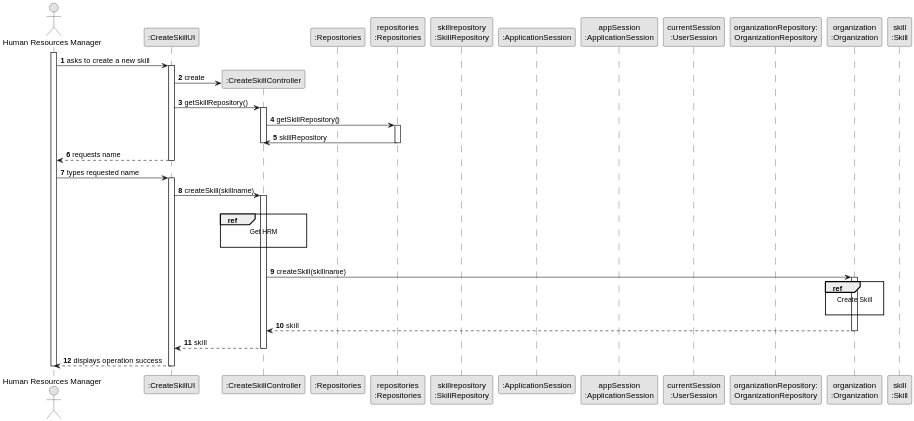
The PlantUML diagram docs/sprint3/us001/03.design/svg/us001-sequence-diagram-split.svg in tiagosoa/lei-24-s2-1dgh-g073, before a commit.
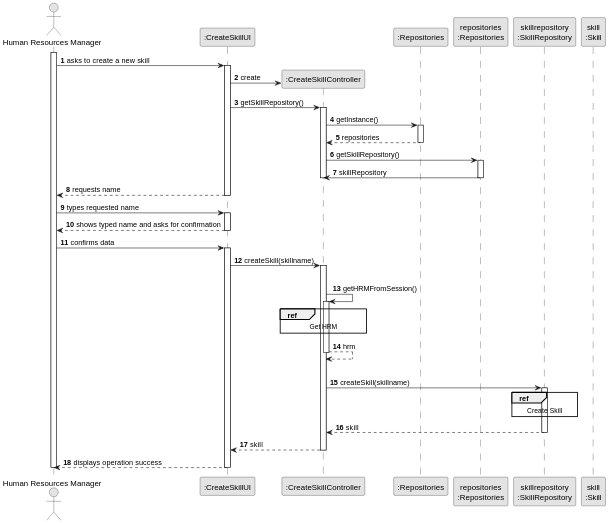
The same file after the commit.

What changed in the source:
```diff
@@ -11,11 +11,6 @@
 participant ":Repositories" as RepositorySingleton
 participant "repositories\n:Repositories" as PLAT
 participant "skillrepository\n:SkillRepository" as SR
-participant ":ApplicationSession" as _APP
-participant "appSession\n:ApplicationSession" as APP
-participant "currentSession\n:UserSession" as SESSAO
-participant "organizationRepository:\nOrganizationRepository" as OrganizationRepository
-participant "organization\n:Organization" as ORG
 participant "skill\n:Skill" as HABILIDADE
 
 activate ADM
@@ -26,8 +21,15 @@
 
             UI -> CTRL** : create
 
-         UI -> CTRL : getSkillRepository()
-         activate CTRL
+            UI -> CTRL : getSkillRepository()
+
+            activate CTRL
+
+            CTRL -> RepositorySingleton : getInstance()
+                            activate RepositorySingleton
+
+                                RepositorySingleton --> CTRL: repositories
+                            deactivate RepositorySingleton
 
                  CTRL -> PLAT : getSkillRepository()
                          activate PLAT
@@ -41,27 +43,37 @@
     ADM -> UI : types requested name
     activate UI
 
+            UI --> ADM : shows typed name and asks for confirmation
+        deactivate UI
+
+        ADM -> UI : confirms data
+        activate UI
+
         UI -> CTRL : createSkill(skillname)
         activate CTRL
 
             |||
-                                ref over CTRL
-                                    Get HRM
+            CTRL -> CTRL : getHRMFromSession()
+            activate CTRL
 
-                                end ref
+                ref over CTRL
+                Get HRM
+                end
+
+                CTRL --> CTRL : hrm
+            deactivate CTRL
 
             |||
-            CTRL -> ORG: createSkill(skillname)
-            activate ORG
+            CTRL -> SR: createSkill(skillname)
+            activate SR
 
-                                    ref over ORG
-                                        Create Skill
+                ref over SR
+                Create Skill
+                end
 
-                                    end ref
+                SR --> CTRL : skill
 
-                ORG --> CTRL : skill
-
-            deactivate ORG
+            deactivate SR
 
             CTRL --> UI: skill
             deactivate CTRL
```
